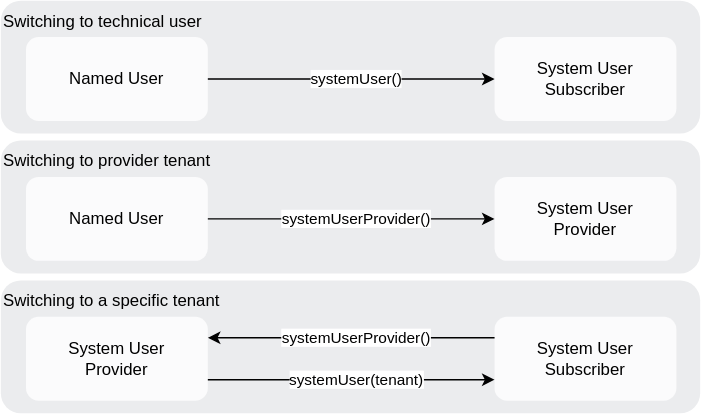
Above: java/assets/requestcontext.drawio.svg in cap-js/docs (draw.io), before the change. Source tidied: cells renumbered, new cells last; positions are measured from the earlier drawing's top-left corner, leaving out a move shared by most shapes.
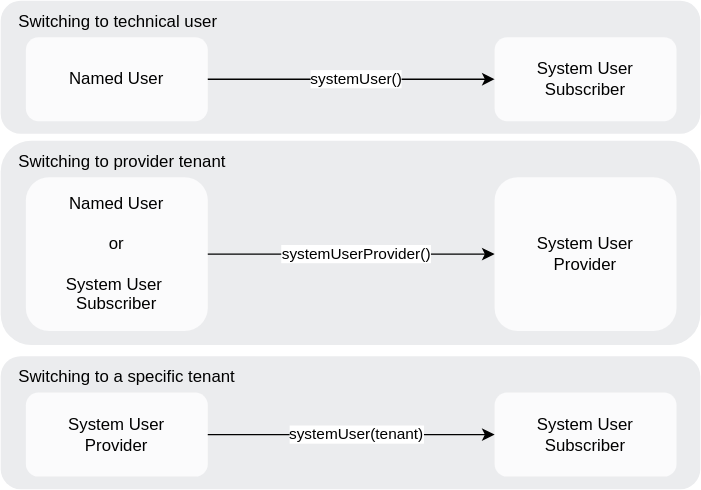
Above is the later version.

The edit, as a diff of the source:
```diff
@@ -3,10 +3,10 @@
     <mxCell id="0" />
     <mxCell id="1" parent="0" />
     <mxCell id="2" style="rounded=1;whiteSpace=wrap;html=1;fillColor=#EBECEE;strokeColor=none;" parent="1" vertex="1">
-      <mxGeometry y="100" width="500" height="95" as="geometry" />
+      <mxGeometry y="100" width="500" height="146" as="geometry" />
     </mxCell>
     <mxCell id="3" style="rounded=1;whiteSpace=wrap;html=1;fillColor=#EBECEE;strokeColor=none;" parent="1" vertex="1">
-      <mxGeometry y="200" width="500" height="95" as="geometry" />
+      <mxGeometry y="254" width="500" height="95" as="geometry" />
     </mxCell>
     <mxCell id="4" style="rounded=1;whiteSpace=wrap;html=1;fillColor=#EBECEE;strokeColor=none;" parent="1" vertex="1">
       <mxGeometry width="500" height="95" as="geometry" />
@@ -14,29 +14,29 @@
     <mxCell id="5" value="Named User" style="rounded=1;whiteSpace=wrap;html=1;fillColor=#FBFBFC;strokeColor=none;" parent="1" vertex="1">
       <mxGeometry x="18" y="26" width="130" height="60" as="geometry" />
     </mxCell>
-    <mxCell id="6" value="Named User" style="rounded=1;whiteSpace=wrap;html=1;fillColor=#FBFBFC;strokeColor=none;" parent="1" vertex="1">
-      <mxGeometry x="18" y="126" width="130" height="60" as="geometry" />
+    <mxCell id="6" value="Named User&lt;br&gt;&lt;br&gt;or&lt;br&gt;&lt;br&gt;System User&amp;nbsp; Subscriber" style="rounded=1;whiteSpace=wrap;html=1;fillColor=#FBFBFC;strokeColor=none;" parent="1" vertex="1">
+      <mxGeometry x="18" y="126" width="130" height="110" as="geometry" />
     </mxCell>
     <mxCell id="7" value="System User&lt;br&gt;Subscriber" style="rounded=1;whiteSpace=wrap;html=1;fillColor=#FBFBFC;strokeColor=none;" parent="1" vertex="1">
       <mxGeometry x="353" y="26" width="130" height="60" as="geometry" />
     </mxCell>
     <mxCell id="8" value="System User&lt;br&gt;Provider" style="rounded=1;whiteSpace=wrap;html=1;fillColor=#FBFBFC;strokeColor=none;" parent="1" vertex="1">
-      <mxGeometry x="353" y="126" width="130" height="60" as="geometry" />
+      <mxGeometry x="353" y="126" width="130" height="110" as="geometry" />
     </mxCell>
     <mxCell id="9" value="System User&lt;br&gt;Provider" style="rounded=1;whiteSpace=wrap;html=1;fillColor=#FBFBFC;strokeColor=none;" parent="1" vertex="1">
-      <mxGeometry x="18" y="226" width="130" height="60" as="geometry" />
+      <mxGeometry x="18" y="280" width="130" height="60" as="geometry" />
     </mxCell>
     <mxCell id="10" value="System User&lt;br&gt;Subscriber" style="rounded=1;whiteSpace=wrap;html=1;fillColor=#FBFBFC;strokeColor=none;" parent="1" vertex="1">
-      <mxGeometry x="353" y="226" width="130" height="60" as="geometry" />
+      <mxGeometry x="353" y="280" width="130" height="60" as="geometry" />
     </mxCell>
     <mxCell id="11" value="Switching to technical user" style="text;html=1;strokeColor=none;fillColor=none;align=left;verticalAlign=middle;whiteSpace=wrap;rounded=0;" parent="1" vertex="1">
-      <mxGeometry width="228" height="30" as="geometry" />
+      <mxGeometry x="11" width="228" height="30" as="geometry" />
     </mxCell>
     <mxCell id="12" value="Switching to provider tenant" style="text;html=1;strokeColor=none;fillColor=none;align=left;verticalAlign=middle;whiteSpace=wrap;rounded=0;" parent="1" vertex="1">
-      <mxGeometry y="100" width="228" height="30" as="geometry" />
+      <mxGeometry x="11" y="100" width="228" height="30" as="geometry" />
     </mxCell>
     <mxCell id="13" value="Switching to a specific tenant" style="text;html=1;strokeColor=none;fillColor=none;align=left;verticalAlign=middle;whiteSpace=wrap;rounded=0;" parent="1" vertex="1">
-      <mxGeometry y="200" width="228" height="30" as="geometry" />
+      <mxGeometry x="11" y="254" width="228" height="30" as="geometry" />
     </mxCell>
     <mxCell id="14" value="systemUserProvider()" style="endArrow=classic;html=1;rounded=0;entryX=0;entryY=0.5;entryDx=0;entryDy=0;exitX=1;exitY=0.5;exitDx=0;exitDy=0;" parent="1" edge="1" source="6" target="8">
       <mxGeometry x="0.03" relative="1" as="geometry" />
@@ -44,10 +44,7 @@
     <mxCell id="15" value="systemUser()" style="endArrow=classic;html=1;rounded=0;exitX=1;exitY=0.5;exitDx=0;exitDy=0;entryX=0;entryY=0.5;entryDx=0;entryDy=0;" parent="1" edge="1" source="5" target="7">
       <mxGeometry x="0.03" relative="1" as="geometry" />
     </mxCell>
-    <mxCell id="16" value="systemUserProvider()" style="endArrow=classic;html=1;rounded=0;entryX=1;entryY=0.25;entryDx=0;entryDy=0;exitX=0;exitY=0.25;exitDx=0;exitDy=0;labelBackgroundColor=default;" parent="1" edge="1" source="10" target="9">
-      <mxGeometry x="-0.03" relative="1" as="geometry" />
-    </mxCell>
-    <mxCell id="17" value="systemUser(tenant)" style="endArrow=classic;html=1;rounded=0;entryX=0;entryY=0.75;entryDx=0;entryDy=0;exitX=1;exitY=0.75;exitDx=0;exitDy=0;labelBackgroundColor=default;" parent="1" edge="1" source="9" target="10">
+    <mxCell id="17" value="systemUser(tenant)" style="endArrow=classic;html=1;rounded=0;entryX=0;entryY=0.5;entryDx=0;entryDy=0;exitX=1;exitY=0.5;exitDx=0;exitDy=0;labelBackgroundColor=default;" parent="1" edge="1" source="9" target="10">
       <mxGeometry x="0.03" relative="1" as="geometry" />
     </mxCell>
   </root>
```
